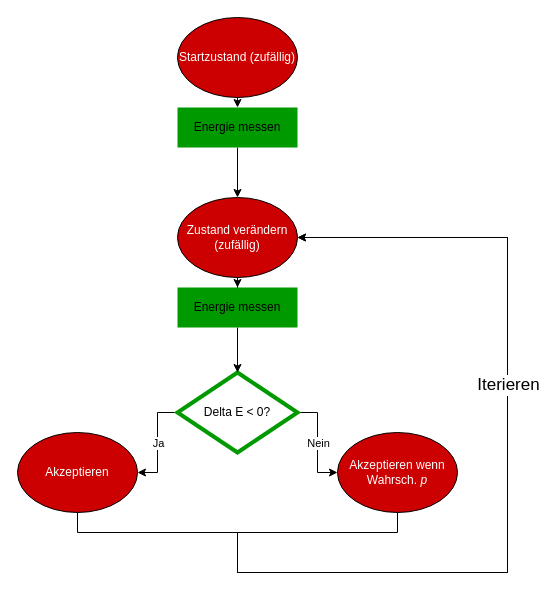
The draw.io diagram Untitled Diagram.drawio in RogerPenrose/JuFo, before the edit. Source tidied: cells renumbered, new cells numbered last; positions are measured from the earlier drawing's top-left corner, leaving out a move shared by most shapes. Both pictures are drawn from the tidied source at 100%, with x=0, y=0 at pixel (17, 17).
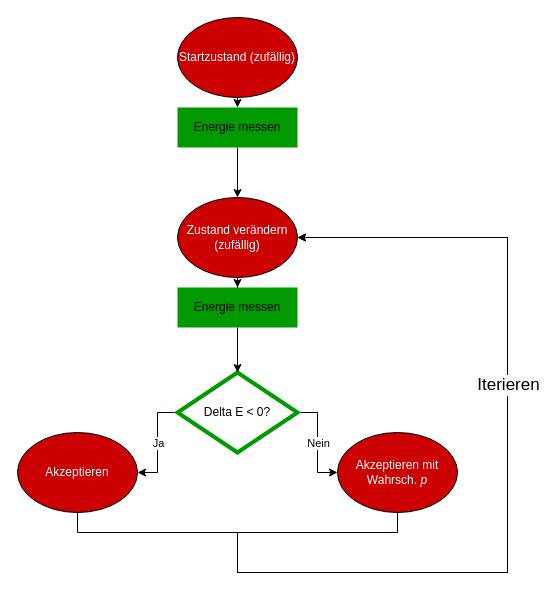
The same diagram, later.

Commit message (it also covers changes not shown here):
random_walk_simple

The edit, as a diff of the source:
```diff
@@
-    <mxCell id="11" value="&lt;div&gt;&lt;font color=&quot;#FFFFFF&quot;&gt;Akzeptieren wenn&lt;br&gt;&lt;/font&gt;&lt;/div&gt;&lt;div&gt;&lt;font color=&quot;#FFFFFF&quot;&gt;Wahrsch. &lt;i&gt;p&lt;/i&gt;&lt;/font&gt;&lt;/div&gt;" style="ellipse;whiteSpace=wrap;html=1;fillColor=#CC0000;" parent="1" vertex="1">
+    <mxCell id="11" value="&lt;div&gt;&lt;font color=&quot;#FFFFFF&quot;&gt;Akzeptieren mit&lt;br&gt;&lt;/font&gt;&lt;/div&gt;&lt;div&gt;&lt;font color=&quot;#FFFFFF&quot;&gt;Wahrsch. &lt;i&gt;p&lt;/i&gt;&lt;/font&gt;&lt;/div&gt;" style="ellipse;whiteSpace=wrap;html=1;fillColor=#CC0000;" parent="1" vertex="1">
       <mxGeometry x="320" y="415" width="120" height="80" as="geometry" />
     </mxCell>
```
